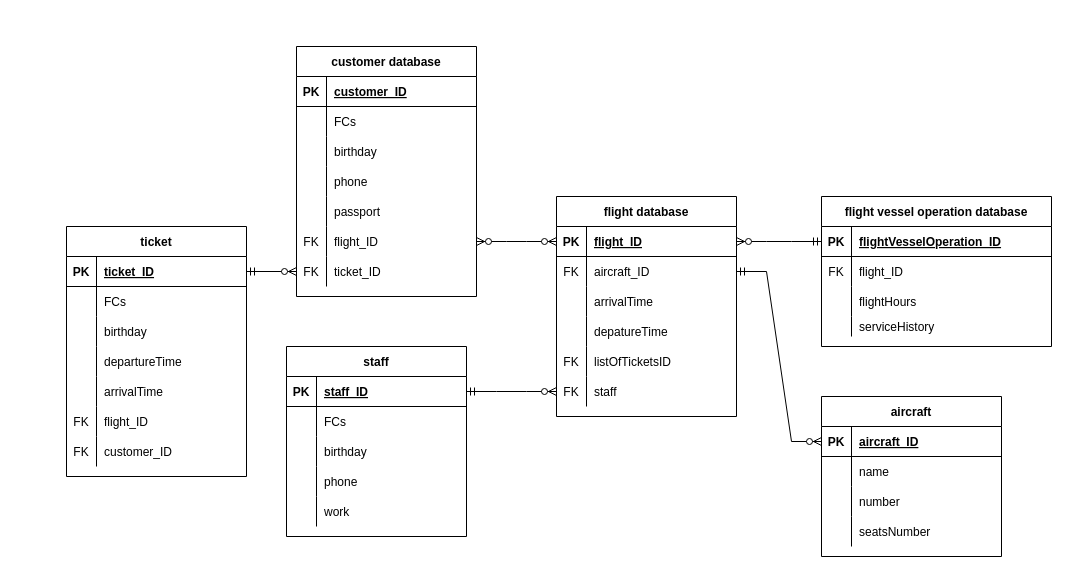
Above: ERRR.drawio in 1DeMeNToR1/RocketModUpdater_32 (draw.io), before the change. Source tidied: cells renumbered, new cells numbered last; positions are measured from the earlier drawing's top-left corner, leaving out a move shared by most shapes. Both pictures are drawn from the tidied source at 100%, with x=0, y=0 at pixel (66, 46).
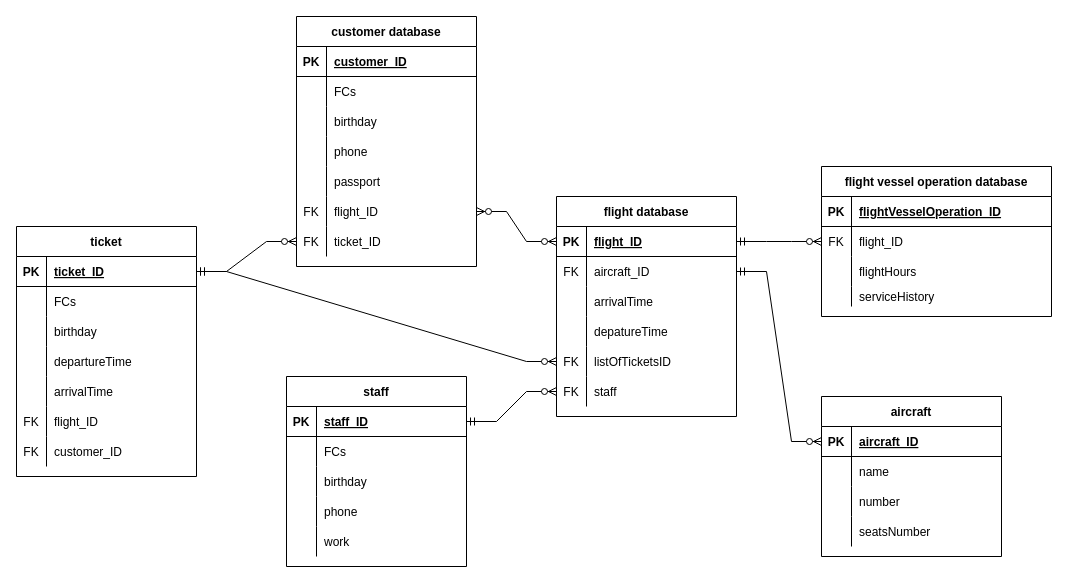
After the change.

Unchanged cells that the change refers to:
```xml
<mxCell id="25" style="shape=tableRow;horizontal=0;startSize=0;swimlaneHead=0;swimlaneBody=0;fillColor=none;points=[[0,0.5],[1,0.5]];portConstraint=eastwest;top=0;left=0;right=0;bottom=1;" parent="24" vertex="1">
  <mxGeometry y="30" width="180" height="30" as="geometry" />
</mxCell>
<mxCell id="37" style="shape=tableRow;horizontal=0;startSize=0;swimlaneHead=0;swimlaneBody=0;fillColor=none;points=[[0,0.5],[1,0.5]];portConstraint=eastwest;top=0;left=0;right=0;bottom=0;" parent="24" vertex="1">
  <mxGeometry y="150" width="180" height="30" as="geometry" />
</mxCell>
<mxCell id="44" style="shape=tableRow;horizontal=0;startSize=0;swimlaneHead=0;swimlaneBody=0;fillColor=none;points=[[0,0.5],[1,0.5]];portConstraint=eastwest;top=0;left=0;right=0;bottom=1;" parent="43" vertex="1">
  <mxGeometry y="30" width="230" height="30" as="geometry" />
</mxCell>
<mxCell id="47" style="shape=tableRow;horizontal=0;startSize=0;swimlaneHead=0;swimlaneBody=0;fillColor=none;points=[[0,0.5],[1,0.5]];portConstraint=eastwest;top=0;left=0;right=0;bottom=0;" parent="43" vertex="1">
  <mxGeometry y="60" width="230" height="30" as="geometry" />
</mxCell>
<mxCell id="86" style="shape=tableRow;horizontal=0;startSize=0;swimlaneHead=0;swimlaneBody=0;fillColor=none;points=[[0,0.5],[1,0.5]];portConstraint=eastwest;top=0;left=0;right=0;bottom=1;" parent="85" vertex="1">
  <mxGeometry y="30" width="180" height="30" as="geometry" />
</mxCell>
```

Diff of the diagram source:
```diff
@@
     <mxCell id="2" value="customer database" style="shape=table;startSize=30;childLayout=tableLayout;rowLines=0;fontStyle=1;align=center;" parent="1" vertex="1">
-      <mxGeometry x="230" width="180" height="250" as="geometry" />
+      <mxGeometry x="230" y="-30" width="180" height="250" as="geometry" />
     </mxCell>
@@
     <mxCell id="43" value="flight vessel operation database" style="shape=table;startSize=30;childLayout=tableLayout;rowLines=0;fontStyle=1;align=center;" parent="1" vertex="1">
-      <mxGeometry x="755" y="150" width="230" height="150" as="geometry" />
+      <mxGeometry x="755" y="120" width="230" height="150" as="geometry" />
     </mxCell>
@@
     <mxCell id="69" value="staff" style="shape=table;startSize=30;childLayout=tableLayout;rowLines=0;fontStyle=1;align=center;" parent="1" vertex="1">
-      <mxGeometry x="220" y="300" width="180" height="190" as="geometry" />
+      <mxGeometry x="220" y="330" width="180" height="190" as="geometry" />
     </mxCell>
@@
     <mxCell id="85" value="ticket" style="shape=table;startSize=30;childLayout=tableLayout;rowLines=0;fontStyle=1;align=center;" parent="1" vertex="1">
-      <mxGeometry y="180" width="180" height="250" as="geometry" />
+      <mxGeometry x="-50" y="180" width="180" height="250" as="geometry" />
     </mxCell>
@@
-    <mxCell id="110" style="edgeStyle=entityRelationEdgeStyle;fontSize=12;html=1;endArrow=ERzeroToMany;startArrow=ERmandOne;rounded=0;strokeColor=default;exitX=0;exitY=0.5;exitDx=0;exitDy=0;entryX=1;entryY=0.5;entryDx=0;entryDy=0;" parent="1" edge="1" source="44" target="25">
+    <mxCell id="110" style="edgeStyle=entityRelationEdgeStyle;fontSize=12;html=1;endArrow=ERzeroToMany;startArrow=ERmandOne;rounded=0;strokeColor=default;entryX=0;entryY=0.5;entryDx=0;entryDy=0;exitX=1;exitY=0.5;exitDx=0;exitDy=0;" parent="1" edge="1" source="25" target="47">
       <mxGeometry relative="1" as="geometry" />
     </mxCell>
@@
+    <mxCell id="112" style="edgeStyle=entityRelationEdgeStyle;fontSize=12;html=1;endArrow=ERzeroToMany;startArrow=ERmandOne;rounded=0;entryX=0;entryY=0.5;entryDx=0;entryDy=0;exitX=1;exitY=0.5;exitDx=0;exitDy=0;" parent="1" edge="1" source="86" target="37">
+      <mxGeometry relative="1" as="geometry" />
+    </mxCell>
```
